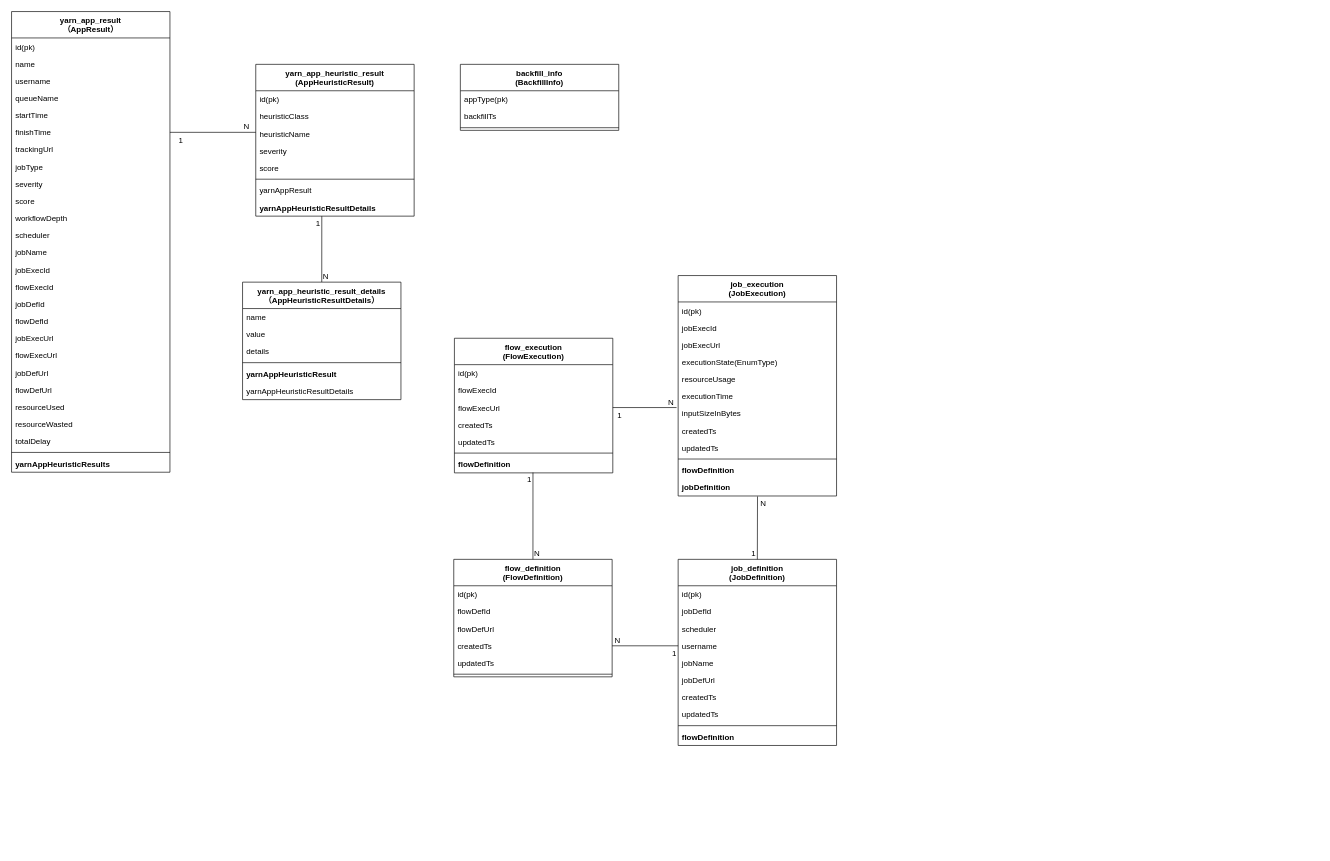
The draw.io diagram map/dr-elephant-mysql.drawio in imperio-wxm/draw, before the edit. Source tidied: cells renumbered, new cells numbered last; positions are measured from the earlier drawing's top-left corner, leaving out a move shared by most shapes. Both pictures are drawn from the tidied source at 66%, with x=0, y=0 at pixel (11, 11).
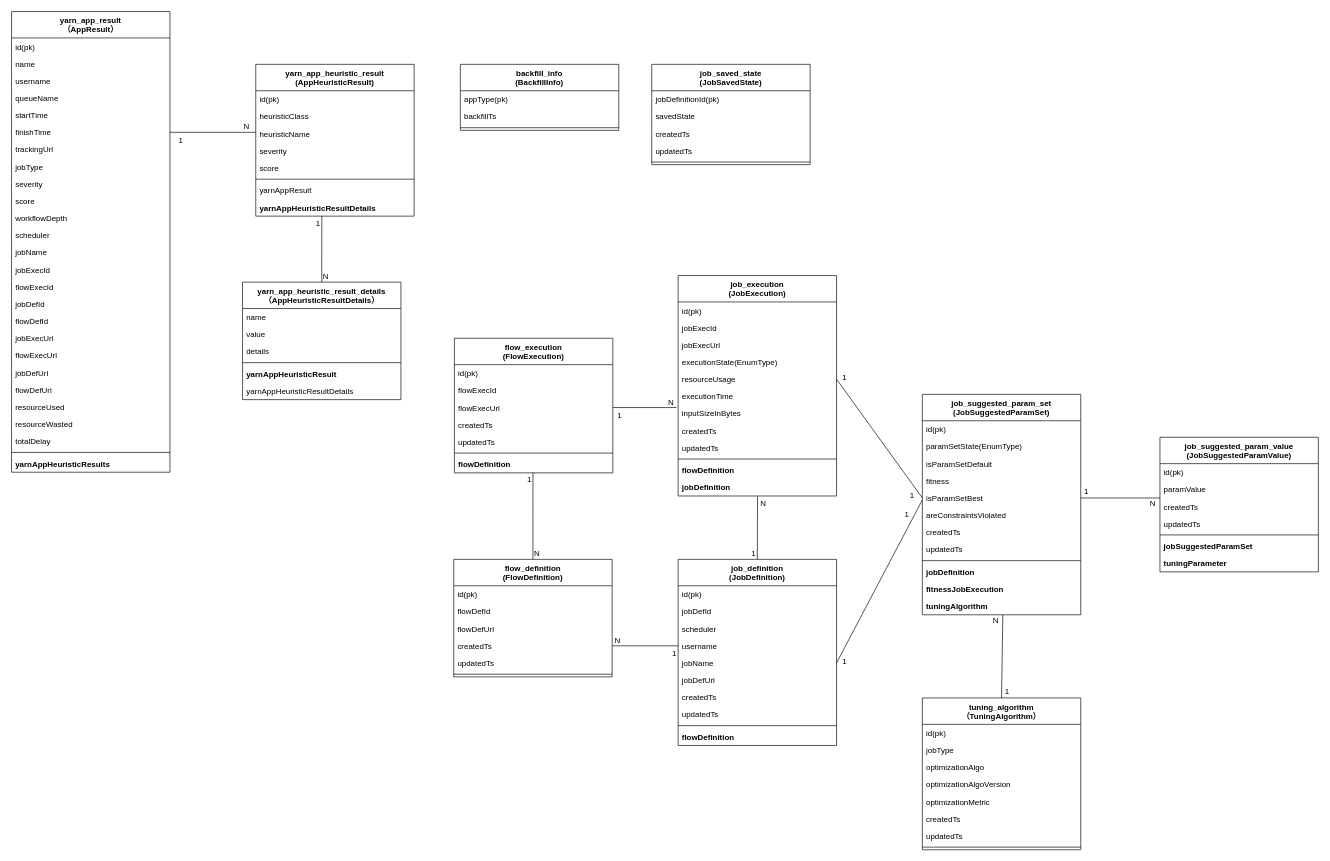
Above is the later version.

The change refers to these unchanged cells:
```xml
<mxCell id="60" value="resourceUsage" style="text;strokeColor=none;fillColor=none;align=left;verticalAlign=top;spacingLeft=4;spacingRight=4;overflow=hidden;points=[[0,0.5],[1,0.5]];portConstraint=eastwest;" parent="55" vertex="1">
  <mxGeometry y="144" width="240" height="26" as="geometry" />
</mxCell>
<mxCell id="94" value="jobName" style="text;strokeColor=none;fillColor=none;align=left;verticalAlign=top;spacingLeft=4;spacingRight=4;overflow=hidden;points=[[0,0.5],[1,0.5]];portConstraint=eastwest;" parent="89" vertex="1">
  <mxGeometry y="144" width="240" height="26" as="geometry" />
</mxCell>
```

What changed in the source:
```diff
@@
+    <mxCell id="106" value="job_saved_state&#10;(JobSavedState)" style="swimlane;fontStyle=1;align=center;verticalAlign=top;horizontal=1;startSize=40;" parent="1" vertex="1">
+      <mxGeometry x="970" y="80" width="240" height="152" as="geometry" />
+    </mxCell>
+    <mxCell id="107" value="jobDefinitionId(pk)" style="text;strokeColor=none;fillColor=none;align=left;verticalAlign=top;spacingLeft=4;spacingRight=4;overflow=hidden;" parent="106" vertex="1">
+      <mxGeometry y="40" width="240" height="26" as="geometry" />
+    </mxCell>
+    <mxCell id="108" value="savedState" style="text;strokeColor=none;fillColor=none;align=left;verticalAlign=top;spacingLeft=4;spacingRight=4;overflow=hidden;" parent="106" vertex="1">
+      <mxGeometry y="66" width="240" height="26" as="geometry" />
+    </mxCell>
+    <mxCell id="109" value="createdTs" style="text;strokeColor=none;fillColor=none;align=left;verticalAlign=top;spacingLeft=4;spacingRight=4;overflow=hidden;" parent="106" vertex="1">
+      <mxGeometry y="92" width="240" height="26" as="geometry" />
+    </mxCell>
+    <mxCell id="110" value="updatedTs" style="text;strokeColor=none;fillColor=none;align=left;verticalAlign=top;spacingLeft=4;spacingRight=4;overflow=hidden;" parent="106" vertex="1">
+      <mxGeometry y="118" width="240" height="26" as="geometry" />
+    </mxCell>
+    <mxCell id="111" style="line;strokeWidth=1;fillColor=none;align=left;verticalAlign=middle;spacingTop=-1;spacingLeft=3;spacingRight=3;labelPosition=right;" parent="106" vertex="1">
+      <mxGeometry y="144" width="240" height="8" as="geometry" />
+    </mxCell>
@@
+    <mxCell id="112" value="job_suggested_param_set&#10;(JobSuggestedParamSet)" style="swimlane;fontStyle=1;align=center;verticalAlign=top;horizontal=1;startSize=40;" parent="1" vertex="1">
+      <mxGeometry x="1380" y="580" width="240" height="334" as="geometry" />
+    </mxCell>
+    <mxCell id="113" value="id(pk)" style="text;strokeColor=none;fillColor=none;align=left;verticalAlign=top;spacingLeft=4;spacingRight=4;overflow=hidden;" parent="112" vertex="1">
+      <mxGeometry y="40" width="240" height="26" as="geometry" />
+    </mxCell>
+    <mxCell id="114" value="paramSetState(EnumType)" style="text;strokeColor=none;fillColor=none;align=left;verticalAlign=top;spacingLeft=4;spacingRight=4;overflow=hidden;" parent="112" vertex="1">
+      <mxGeometry y="66" width="240" height="26" as="geometry" />
+    </mxCell>
+    <mxCell id="115" value="isParamSetDefault" style="text;strokeColor=none;fillColor=none;align=left;verticalAlign=top;spacingLeft=4;spacingRight=4;overflow=hidden;" parent="112" vertex="1">
+      <mxGeometry y="92" width="240" height="26" as="geometry" />
+    </mxCell>
+    <mxCell id="116" value="fitness" style="text;strokeColor=none;fillColor=none;align=left;verticalAlign=top;spacingLeft=4;spacingRight=4;overflow=hidden;" parent="112" vertex="1">
+      <mxGeometry y="118" width="240" height="26" as="geometry" />
+    </mxCell>
+    <mxCell id="117" value="isParamSetBest" style="text;strokeColor=none;fillColor=none;align=left;verticalAlign=top;spacingLeft=4;spacingRight=4;overflow=hidden;points=[[0,0.5],[1,0.5]];portConstraint=eastwest;" parent="112" vertex="1">
+      <mxGeometry y="144" width="240" height="26" as="geometry" />
+    </mxCell>
+    <mxCell id="118" value="areConstraintsViolated" style="text;strokeColor=none;fillColor=none;align=left;verticalAlign=top;spacingLeft=4;spacingRight=4;overflow=hidden;" parent="112" vertex="1">
+      <mxGeometry y="170" width="240" height="26" as="geometry" />
+    </mxCell>
+    <mxCell id="119" value="createdTs" style="text;strokeColor=none;fillColor=none;align=left;verticalAlign=top;spacingLeft=4;spacingRight=4;overflow=hidden;" parent="112" vertex="1">
+      <mxGeometry y="196" width="240" height="26" as="geometry" />
+    </mxCell>
+    <mxCell id="120" value="updatedTs" style="text;strokeColor=none;fillColor=none;align=left;verticalAlign=top;spacingLeft=4;spacingRight=4;overflow=hidden;" parent="112" vertex="1">
+      <mxGeometry y="222" width="240" height="26" as="geometry" />
+    </mxCell>
+    <mxCell id="121" style="line;strokeWidth=1;fillColor=none;align=left;verticalAlign=middle;spacingTop=-1;spacingLeft=3;spacingRight=3;labelPosition=right;" parent="112" vertex="1">
+      <mxGeometry y="248" width="240" height="8" as="geometry" />
+    </mxCell>
+    <mxCell id="122" value="jobDefinition" style="text;strokeColor=none;fillColor=none;align=left;verticalAlign=top;spacingLeft=4;spacingRight=4;overflow=hidden;fontStyle=1;" parent="112" vertex="1">
+      <mxGeometry y="256" width="240" height="26" as="geometry" />
+    </mxCell>
+    <mxCell id="123" value="fitnessJobExecution" style="text;strokeColor=none;fillColor=none;align=left;verticalAlign=top;spacingLeft=4;spacingRight=4;overflow=hidden;fontStyle=1;" parent="112" vertex="1">
+      <mxGeometry y="282" width="240" height="26" as="geometry" />
+    </mxCell>
+    <mxCell id="124" value="tuningAlgorithm" style="text;strokeColor=none;fillColor=none;align=left;verticalAlign=top;spacingLeft=4;spacingRight=4;overflow=hidden;points=[[0,0.5],[1,0.5]];portConstraint=eastwest;fontStyle=1;" parent="112" vertex="1">
+      <mxGeometry y="308" width="240" height="26" as="geometry" />
+    </mxCell>
+    <mxCell id="125" style="endArrow=none;html=1;rounded=0;exitX=1;exitY=0.5;exitDx=0;exitDy=0;entryX=0;entryY=0.5;entryDx=0;entryDy=0;" parent="1" edge="1" source="60" target="117">
+      <mxGeometry relative="1" as="geometry" />
+    </mxCell>
+    <mxCell id="126" value="1" style="html=1;align=left;verticalAlign=bottom;" parent="125" vertex="1">
+      <mxGeometry x="-1" relative="1" as="geometry">
+        <mxPoint x="7" y="6.3" as="offset" />
+      </mxGeometry>
+    </mxCell>
+    <mxCell id="127" value="1" style="html=1;align=right;verticalAlign=bottom;" parent="125" vertex="1">
+      <mxGeometry x="1" relative="1" as="geometry">
+        <mxPoint x="-11.8" y="4" as="offset" />
+      </mxGeometry>
+    </mxCell>
+    <mxCell id="128" style="endArrow=none;html=1;rounded=0;exitX=1;exitY=0.5;exitDx=0;exitDy=0;" parent="1" edge="1" source="94">
+      <mxGeometry relative="1" as="geometry">
+        <mxPoint x="1380" y="740" as="targetPoint" />
+      </mxGeometry>
+    </mxCell>
+    <mxCell id="129" value="1" style="html=1;align=left;verticalAlign=bottom;" parent="128" vertex="1">
+      <mxGeometry x="-1" relative="1" as="geometry">
+        <mxPoint x="7" y="6.3" as="offset" />
+      </mxGeometry>
+    </mxCell>
+    <mxCell id="130" value="1" style="html=1;align=right;verticalAlign=bottom;" parent="128" vertex="1">
+      <mxGeometry x="1" relative="1" as="geometry">
+        <mxPoint x="-20" y="30" as="offset" />
+      </mxGeometry>
+    </mxCell>
+    <mxCell id="131" style="endArrow=none;html=1;rounded=0;entryX=1;entryY=0.5;entryDx=0;entryDy=0;" parent="1" edge="1" target="117">
+      <mxGeometry relative="1" as="geometry">
+        <mxPoint x="1740" y="737" as="sourcePoint" />
+      </mxGeometry>
+    </mxCell>
+    <mxCell id="132" value="N" style="html=1;align=left;verticalAlign=bottom;" parent="131" vertex="1">
+      <mxGeometry x="-1" relative="1" as="geometry">
+        <mxPoint x="-17" y="17.3" as="offset" />
+      </mxGeometry>
+    </mxCell>
+    <mxCell id="133" value="1" style="html=1;align=right;verticalAlign=bottom;" parent="131" vertex="1">
+      <mxGeometry x="1" relative="1" as="geometry">
+        <mxPoint x="12" y="-1" as="offset" />
+      </mxGeometry>
+    </mxCell>
+    <mxCell id="134" value="job_suggested_param_value&#10;(JobSuggestedParamValue)" style="swimlane;fontStyle=1;align=center;verticalAlign=top;horizontal=1;startSize=40;" parent="1" vertex="1">
+      <mxGeometry x="1740" y="645" width="240" height="204" as="geometry" />
+    </mxCell>
+    <mxCell id="135" value="id(pk)" style="text;strokeColor=none;fillColor=none;align=left;verticalAlign=top;spacingLeft=4;spacingRight=4;overflow=hidden;" parent="134" vertex="1">
+      <mxGeometry y="40" width="240" height="26" as="geometry" />
+    </mxCell>
+    <mxCell id="136" value="paramValue" style="text;strokeColor=none;fillColor=none;align=left;verticalAlign=top;spacingLeft=4;spacingRight=4;overflow=hidden;" parent="134" vertex="1">
+      <mxGeometry y="66" width="240" height="26" as="geometry" />
+    </mxCell>
+    <mxCell id="137" value="createdTs" style="text;strokeColor=none;fillColor=none;align=left;verticalAlign=top;spacingLeft=4;spacingRight=4;overflow=hidden;" parent="134" vertex="1">
+      <mxGeometry y="92" width="240" height="26" as="geometry" />
+    </mxCell>
+    <mxCell id="138" value="updatedTs" style="text;strokeColor=none;fillColor=none;align=left;verticalAlign=top;spacingLeft=4;spacingRight=4;overflow=hidden;" parent="134" vertex="1">
+      <mxGeometry y="118" width="240" height="26" as="geometry" />
+    </mxCell>
+    <mxCell id="139" style="line;strokeWidth=1;fillColor=none;align=left;verticalAlign=middle;spacingTop=-1;spacingLeft=3;spacingRight=3;labelPosition=right;" parent="134" vertex="1">
+      <mxGeometry y="144" width="240" height="8" as="geometry" />
+    </mxCell>
+    <mxCell id="140" value="jobSuggestedParamSet" style="text;strokeColor=none;fillColor=none;align=left;verticalAlign=top;spacingLeft=4;spacingRight=4;overflow=hidden;fontStyle=1;" parent="134" vertex="1">
+      <mxGeometry y="152" width="240" height="26" as="geometry" />
+    </mxCell>
+    <mxCell id="141" value="tuningParameter" style="text;strokeColor=none;fillColor=none;align=left;verticalAlign=top;spacingLeft=4;spacingRight=4;overflow=hidden;fontStyle=1;" parent="134" vertex="1">
+      <mxGeometry y="178" width="240" height="26" as="geometry" />
+    </mxCell>
+    <mxCell id="142" style="endArrow=none;html=1;rounded=0;exitX=0.508;exitY=1;exitDx=0;exitDy=0;exitPerimeter=0;entryX=0.5;entryY=0;entryDx=0;entryDy=0;" parent="1" edge="1" source="124" target="145">
+      <mxGeometry relative="1" as="geometry" />
+    </mxCell>
+    <mxCell id="143" value="N" style="html=1;align=left;verticalAlign=bottom;" parent="142" vertex="1">
+      <mxGeometry x="-1" relative="1" as="geometry">
+        <mxPoint x="-17" y="17.3" as="offset" />
+      </mxGeometry>
+    </mxCell>
+    <mxCell id="144" value="1" style="html=1;align=right;verticalAlign=bottom;" parent="142" vertex="1">
+      <mxGeometry x="1" relative="1" as="geometry">
+        <mxPoint x="12" y="-1" as="offset" />
+      </mxGeometry>
+    </mxCell>
+    <mxCell id="145" value="tuning_algorithm&#10;（TuningAlgorithm）" style="swimlane;fontStyle=1;align=center;verticalAlign=top;horizontal=1;startSize=40;" parent="1" vertex="1">
+      <mxGeometry x="1380" y="1040" width="240" height="230" as="geometry" />
+    </mxCell>
+    <mxCell id="146" value="id(pk)" style="text;strokeColor=none;fillColor=none;align=left;verticalAlign=top;spacingLeft=4;spacingRight=4;overflow=hidden;" parent="145" vertex="1">
+      <mxGeometry y="40" width="240" height="26" as="geometry" />
+    </mxCell>
+    <mxCell id="147" value="jobType" style="text;strokeColor=none;fillColor=none;align=left;verticalAlign=top;spacingLeft=4;spacingRight=4;overflow=hidden;" parent="145" vertex="1">
+      <mxGeometry y="66" width="240" height="26" as="geometry" />
+    </mxCell>
+    <mxCell id="148" value="optimizationAlgo" style="text;strokeColor=none;fillColor=none;align=left;verticalAlign=top;spacingLeft=4;spacingRight=4;overflow=hidden;" parent="145" vertex="1">
+      <mxGeometry y="92" width="240" height="26" as="geometry" />
+    </mxCell>
+    <mxCell id="149" value="optimizationAlgoVersion" style="text;strokeColor=none;fillColor=none;align=left;verticalAlign=top;spacingLeft=4;spacingRight=4;overflow=hidden;" parent="145" vertex="1">
+      <mxGeometry y="118" width="240" height="26" as="geometry" />
+    </mxCell>
+    <mxCell id="150" value="optimizationMetric" style="text;strokeColor=none;fillColor=none;align=left;verticalAlign=top;spacingLeft=4;spacingRight=4;overflow=hidden;" parent="145" vertex="1">
+      <mxGeometry y="144" width="240" height="26" as="geometry" />
+    </mxCell>
+    <mxCell id="151" value="createdTs" style="text;strokeColor=none;fillColor=none;align=left;verticalAlign=top;spacingLeft=4;spacingRight=4;overflow=hidden;" parent="145" vertex="1">
+      <mxGeometry y="170" width="240" height="26" as="geometry" />
+    </mxCell>
+    <mxCell id="152" value="updatedTs" style="text;strokeColor=none;fillColor=none;align=left;verticalAlign=top;spacingLeft=4;spacingRight=4;overflow=hidden;" parent="145" vertex="1">
+      <mxGeometry y="196" width="240" height="26" as="geometry" />
+    </mxCell>
+    <mxCell id="153" style="line;strokeWidth=1;fillColor=none;align=left;verticalAlign=middle;spacingTop=-1;spacingLeft=3;spacingRight=3;labelPosition=right;" parent="145" vertex="1">
+      <mxGeometry y="222" width="240" height="8" as="geometry" />
+    </mxCell>
```
